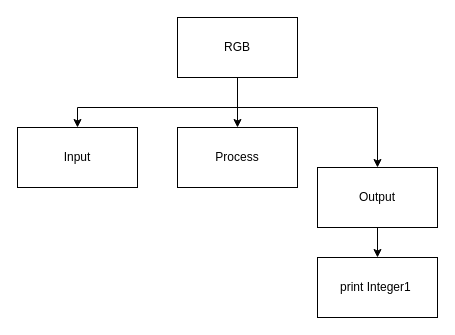
The draw.io diagram Drawio/TopDown.Drawio in JacksonNaufal/ICS3U-Unit4-07-Python, before the edit. Source tidied: cells renumbered, new cells numbered last; positions are measured from the earlier drawing's top-left corner, leaving out a move shared by most shapes. Both pictures are drawn from the tidied source at 100%, with x=0, y=0 at pixel (17, 17).
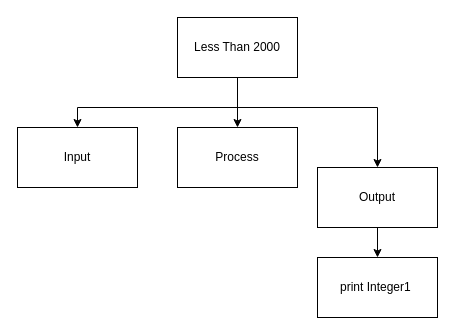
The same page after the edit.

Diff of the diagram source:
```diff
@@
 <mxGraphModel>
   <root>
     <mxCell id="0" />
     <mxCell id="1" parent="0" />
     <mxCell id="2" style="edgeStyle=none;html=1;entryX=0.5;entryY=0;entryDx=0;entryDy=0;rounded=0;" parent="1" edge="1" source="5" target="7">
       <mxGeometry relative="1" as="geometry" />
     </mxCell>
     <mxCell id="3" style="edgeStyle=none;rounded=0;html=1;entryX=0.5;entryY=0;entryDx=0;entryDy=0;" parent="1" edge="1" target="6">
       <mxGeometry relative="1" as="geometry">
         <mxPoint x="220" y="90" as="sourcePoint" />
         <Array as="points">
           <mxPoint x="60" y="90" />
         </Array>
       </mxGeometry>
     </mxCell>
     <mxCell id="4" style="edgeStyle=none;rounded=0;html=1;entryX=0.5;entryY=0;entryDx=0;entryDy=0;" parent="1" edge="1" target="9">
       <mxGeometry relative="1" as="geometry">
         <mxPoint x="220" y="90" as="sourcePoint" />
         <Array as="points">
           <mxPoint x="360" y="90" />
         </Array>
       </mxGeometry>
     </mxCell>
-    <mxCell id="5" value="RGB" style="rounded=0;whiteSpace=wrap;html=1;" parent="1" vertex="1">
+    <mxCell id="5" value="Less Than 2000" style="rounded=0;whiteSpace=wrap;html=1;" parent="1" vertex="1">
       <mxGeometry x="160" width="120" height="60" as="geometry" />
     </mxCell>
     <mxCell id="6" value="Input" style="rounded=0;whiteSpace=wrap;html=1;" parent="1" vertex="1">
       <mxGeometry y="110" width="120" height="60" as="geometry" />
     </mxCell>
     <mxCell id="7" value="Process" style="rounded=0;whiteSpace=wrap;html=1;" parent="1" vertex="1">
       <mxGeometry x="160" y="110" width="120" height="60" as="geometry" />
     </mxCell>
     <mxCell id="8" style="edgeStyle=none;html=1;" parent="1" edge="1" source="9" target="10">
       <mxGeometry relative="1" as="geometry" />
     </mxCell>
     <mxCell id="9" value="Output" style="rounded=0;whiteSpace=wrap;html=1;" parent="1" vertex="1">
       <mxGeometry x="300" y="150" width="120" height="60" as="geometry" />
     </mxCell>
     <mxCell id="10" value="print Integer1&amp;nbsp;" style="rounded=0;whiteSpace=wrap;html=1;" parent="1" vertex="1">
       <mxGeometry x="300" y="240" width="120" height="60" as="geometry" />
     </mxCell>
   </root>
 </mxGraphModel>
```
